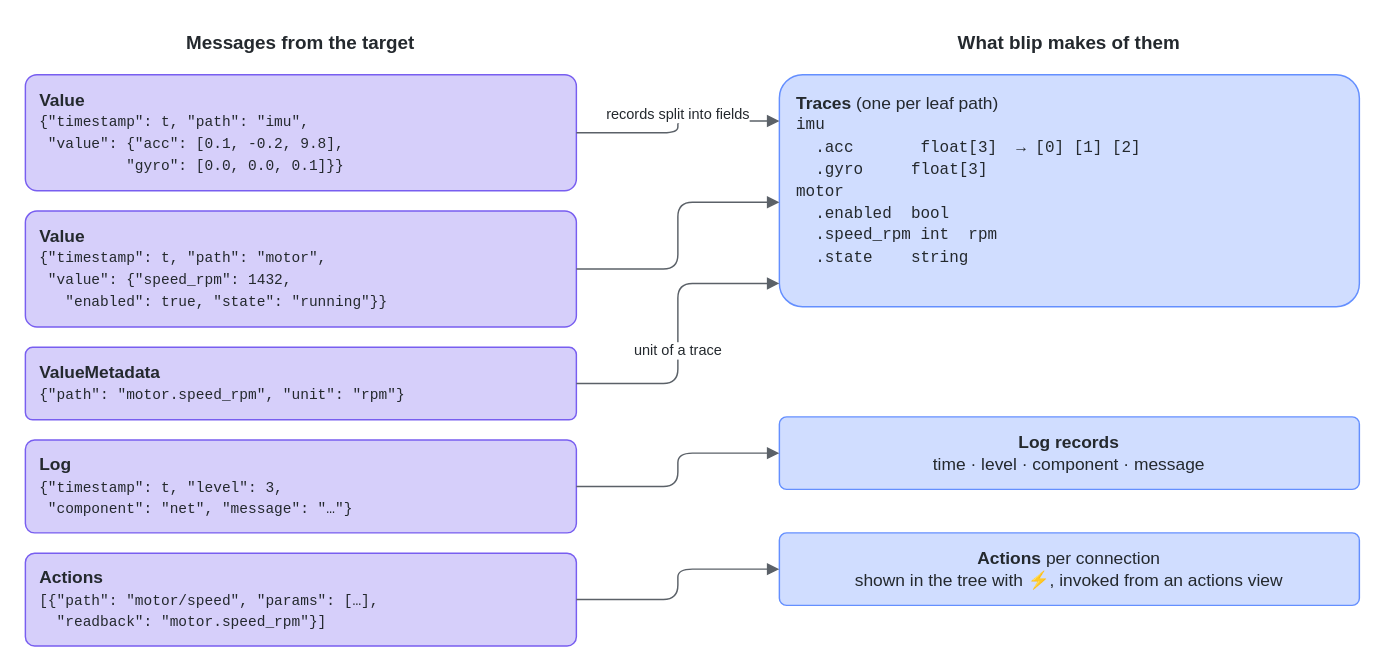
Earlier version of the draw.io diagram doc/source/diagrams/data-model.drawio (stefanluethi/blip). Source tidied: cells renumbered, new cells numbered last; positions are measured from the earlier drawing's top-left corner, leaving out a move shared by most shapes. Both pictures are drawn from the tidied source at 145%, with x=0, y=0 at pixel (25, 25).
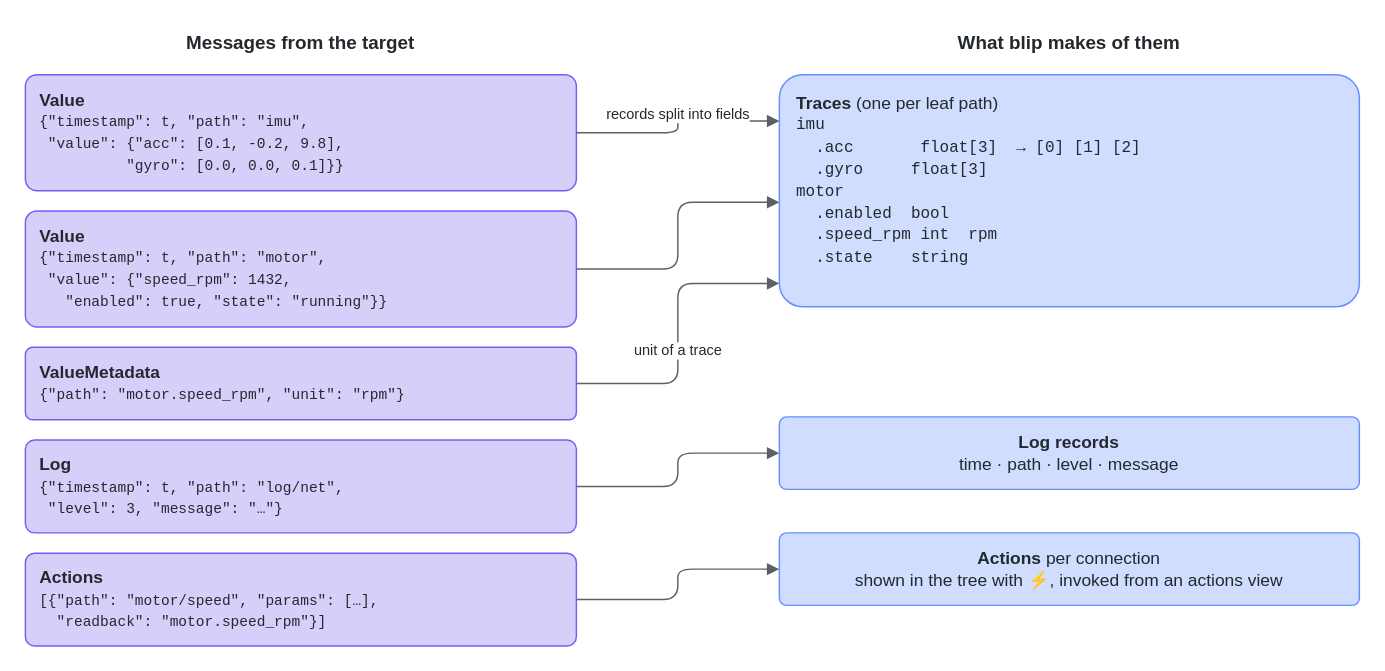
The same page after the edit.

Change to the diagram source:
```diff
@@
 <mxGraphModel background="#ffffff">
   <root>
     <mxCell id="0" />
     <mxCell id="1" parent="0" />
     <mxCell id="2" value="&lt;b&gt;Messages from the target&lt;/b&gt;" style="fontColor=#24292e;fontFamily=Fira Sans,Helvetica,Arial,sans-serif;text;html=1;whiteSpace=wrap;align=center;verticalAlign=middle;fontSize=13;" parent="1" vertex="1">
       <mxGeometry width="380" height="24" as="geometry" />
     </mxCell>
     <mxCell id="3" value="&lt;b&gt;Value&lt;/b&gt;&lt;br&gt;&lt;font face='Fira Code, Courier New, monospace' style='font-size:10px'&gt;{&quot;timestamp&quot;: t, &quot;path&quot;: &quot;imu&quot;,&lt;br&gt;&amp;nbsp;&quot;value&quot;: {&quot;acc&quot;: [0.1, -0.2, 9.8],&lt;br&gt;&amp;nbsp;&amp;nbsp;&amp;nbsp;&amp;nbsp;&amp;nbsp;&amp;nbsp;&amp;nbsp;&amp;nbsp;&amp;nbsp;&amp;nbsp;&quot;gyro&quot;: [0.0, 0.0, 0.1]}}&lt;/font&gt;" style="fontColor=#24292e;fontFamily=Fira Sans,Helvetica,Arial,sans-serif;rounded=1;whiteSpace=wrap;html=1;arcSize=10;fillColor=#d6cffa;strokeColor=#785ef0;fontSize=12;align=left;spacingLeft=8;" parent="1" vertex="1">
       <mxGeometry y="34" width="380" height="80" as="geometry" />
     </mxCell>
     <mxCell id="4" value="&lt;b&gt;Value&lt;/b&gt;&lt;br&gt;&lt;font face='Fira Code, Courier New, monospace' style='font-size:10px'&gt;{&quot;timestamp&quot;: t, &quot;path&quot;: &quot;motor&quot;,&lt;br&gt;&amp;nbsp;&quot;value&quot;: {&quot;speed_rpm&quot;: 1432,&lt;br&gt;&amp;nbsp;&amp;nbsp;&amp;nbsp;&quot;enabled&quot;: true, &quot;state&quot;: &quot;running&quot;}}&lt;/font&gt;" style="fontColor=#24292e;fontFamily=Fira Sans,Helvetica,Arial,sans-serif;rounded=1;whiteSpace=wrap;html=1;arcSize=10;fillColor=#d6cffa;strokeColor=#785ef0;fontSize=12;align=left;spacingLeft=8;" parent="1" vertex="1">
       <mxGeometry y="128" width="380" height="80" as="geometry" />
     </mxCell>
     <mxCell id="5" value="&lt;b&gt;ValueMetadata&lt;/b&gt;&lt;br&gt;&lt;font face='Fira Code, Courier New, monospace' style='font-size:10px'&gt;{&quot;path&quot;: &quot;motor.speed_rpm&quot;, &quot;unit&quot;: &quot;rpm&quot;}&lt;/font&gt;" style="fontColor=#24292e;fontFamily=Fira Sans,Helvetica,Arial,sans-serif;rounded=1;whiteSpace=wrap;html=1;arcSize=10;fillColor=#d6cffa;strokeColor=#785ef0;fontSize=12;align=left;spacingLeft=8;" parent="1" vertex="1">
       <mxGeometry y="222" width="380" height="50" as="geometry" />
     </mxCell>
-    <mxCell id="6" value="&lt;b&gt;Log&lt;/b&gt;&lt;br&gt;&lt;font face='Fira Code, Courier New, monospace' style='font-size:10px'&gt;{&quot;timestamp&quot;: t, &quot;level&quot;: 3,&lt;br&gt;&amp;nbsp;&quot;component&quot;: &quot;net&quot;, &quot;message&quot;: &quot;…&quot;}&lt;/font&gt;" style="fontColor=#24292e;fontFamily=Fira Sans,Helvetica,Arial,sans-serif;rounded=1;whiteSpace=wrap;html=1;arcSize=10;fillColor=#d6cffa;strokeColor=#785ef0;fontSize=12;align=left;spacingLeft=8;" parent="1" vertex="1">
+    <mxCell id="6" value="&lt;b&gt;Log&lt;/b&gt;&lt;br&gt;&lt;font face='Fira Code, Courier New, monospace' style='font-size:10px'&gt;{&quot;timestamp&quot;: t, &quot;path&quot;: &quot;log/net&quot;,&lt;br&gt;&amp;nbsp;&quot;level&quot;: 3, &quot;message&quot;: &quot;…&quot;}&lt;/font&gt;" style="fontColor=#24292e;fontFamily=Fira Sans,Helvetica,Arial,sans-serif;rounded=1;whiteSpace=wrap;html=1;arcSize=10;fillColor=#d6cffa;strokeColor=#785ef0;fontSize=12;align=left;spacingLeft=8;" parent="1" vertex="1">
       <mxGeometry y="286" width="380" height="64" as="geometry" />
     </mxCell>
     <mxCell id="7" value="&lt;b&gt;Actions&lt;/b&gt;&lt;br&gt;&lt;font face='Fira Code, Courier New, monospace' style='font-size:10px'&gt;[{&quot;path&quot;: &quot;motor/speed&quot;, &quot;params&quot;: […],&lt;br&gt;&amp;nbsp;&amp;nbsp;&quot;readback&quot;: &quot;motor.speed_rpm&quot;}]&lt;/font&gt;" style="fontColor=#24292e;fontFamily=Fira Sans,Helvetica,Arial,sans-serif;rounded=1;whiteSpace=wrap;html=1;arcSize=10;fillColor=#d6cffa;strokeColor=#785ef0;fontSize=12;align=left;spacingLeft=8;" parent="1" vertex="1">
       <mxGeometry y="364" width="380" height="64" as="geometry" />
     </mxCell>
     <mxCell id="8" value="&lt;b&gt;What blip makes of them&lt;/b&gt;" style="fontColor=#24292e;fontFamily=Fira Sans,Helvetica,Arial,sans-serif;text;html=1;whiteSpace=wrap;align=center;verticalAlign=middle;fontSize=13;" parent="1" vertex="1">
       <mxGeometry x="520" width="400" height="24" as="geometry" />
     </mxCell>
     <mxCell id="9" value="&lt;b&gt;Traces&lt;/b&gt; (one per leaf path)&lt;br&gt;&lt;font face='Fira Code, Courier New, monospace' style='font-size:11px'&gt;imu&lt;br&gt;&amp;nbsp;&amp;nbsp;.acc &amp;nbsp;&amp;nbsp;&amp;nbsp;&amp;nbsp;&amp;nbsp;&amp;nbsp;float[3] &amp;nbsp;→ [0] [1] [2]&lt;br&gt;&amp;nbsp;&amp;nbsp;.gyro &amp;nbsp;&amp;nbsp;&amp;nbsp;&amp;nbsp;float[3]&lt;br&gt;motor&lt;br&gt;&amp;nbsp;&amp;nbsp;.enabled &amp;nbsp;bool&lt;br&gt;&amp;nbsp;&amp;nbsp;.speed_rpm int &amp;nbsp;rpm&lt;br&gt;&amp;nbsp;&amp;nbsp;.state &amp;nbsp;&amp;nbsp;&amp;nbsp;string&lt;/font&gt;" style="fontColor=#24292e;fontFamily=Fira Sans,Helvetica,Arial,sans-serif;rounded=1;whiteSpace=wrap;html=1;arcSize=10;fillColor=#d0ddff;strokeColor=#648fff;fontSize=12;align=left;spacingLeft=10;verticalAlign=top;spacingTop=6;" parent="1" vertex="1">
       <mxGeometry x="520" y="34" width="400" height="160" as="geometry" />
     </mxCell>
-    <mxCell id="10" value="&lt;b&gt;Log records&lt;/b&gt;&lt;br&gt;time · level · component · message" style="fontColor=#24292e;fontFamily=Fira Sans,Helvetica,Arial,sans-serif;rounded=1;whiteSpace=wrap;html=1;arcSize=10;fillColor=#d0ddff;strokeColor=#648fff;fontSize=12;" parent="1" vertex="1">
+    <mxCell id="10" value="&lt;b&gt;Log records&lt;/b&gt;&lt;br&gt;time · path · level · message" style="fontColor=#24292e;fontFamily=Fira Sans,Helvetica,Arial,sans-serif;rounded=1;whiteSpace=wrap;html=1;arcSize=10;fillColor=#d0ddff;strokeColor=#648fff;fontSize=12;" parent="1" vertex="1">
       <mxGeometry x="520" y="270" width="400" height="50" as="geometry" />
     </mxCell>
     <mxCell id="11" value="&lt;b&gt;Actions&lt;/b&gt; per connection&lt;br&gt;shown in the tree with ⚡, invoked from an actions view" style="fontColor=#24292e;fontFamily=Fira Sans,Helvetica,Arial,sans-serif;rounded=1;whiteSpace=wrap;html=1;arcSize=10;fillColor=#d0ddff;strokeColor=#648fff;fontSize=12;" parent="1" vertex="1">
       <mxGeometry x="520" y="350" width="400" height="50" as="geometry" />
     </mxCell>
     <mxCell id="12" value="records split into fields" style="strokeColor=#5b6168;fontColor=#24292e;labelBackgroundColor=#ffffff;fontFamily=Fira Sans,Helvetica,Arial,sans-serif;edgeStyle=orthogonalEdgeStyle;rounded=1;html=1;endArrow=block;endFill=1;fontSize=10;verticalAlign=bottom;exitX=1;exitY=0.5;entryX=0;entryY=0.2;" parent="1" edge="1" source="3" target="9">
       <mxGeometry relative="1" as="geometry" />
     </mxCell>
     <mxCell id="13" style="strokeColor=#5b6168;fontColor=#24292e;labelBackgroundColor=#ffffff;fontFamily=Fira Sans,Helvetica,Arial,sans-serif;edgeStyle=orthogonalEdgeStyle;rounded=1;html=1;endArrow=block;endFill=1;fontSize=10;exitX=1;exitY=0.5;entryX=0;entryY=0.55;" parent="1" edge="1" source="4" target="9">
       <mxGeometry relative="1" as="geometry" />
     </mxCell>
     <mxCell id="14" value="unit of a trace" style="strokeColor=#5b6168;fontColor=#24292e;labelBackgroundColor=#ffffff;fontFamily=Fira Sans,Helvetica,Arial,sans-serif;edgeStyle=orthogonalEdgeStyle;rounded=1;html=1;endArrow=block;endFill=1;fontSize=10;verticalAlign=top;exitX=1;exitY=0.5;entryX=0;entryY=0.9;" parent="1" edge="1" source="5" target="9">
       <mxGeometry relative="1" as="geometry" />
     </mxCell>
     <mxCell id="15" style="strokeColor=#5b6168;fontColor=#24292e;labelBackgroundColor=#ffffff;fontFamily=Fira Sans,Helvetica,Arial,sans-serif;edgeStyle=orthogonalEdgeStyle;rounded=1;html=1;endArrow=block;endFill=1;fontSize=10;exitX=1;exitY=0.5;entryX=0;entryY=0.5;" parent="1" edge="1" source="6" target="10">
       <mxGeometry relative="1" as="geometry" />
     </mxCell>
     <mxCell id="16" style="strokeColor=#5b6168;fontColor=#24292e;labelBackgroundColor=#ffffff;fontFamily=Fira Sans,Helvetica,Arial,sans-serif;edgeStyle=orthogonalEdgeStyle;rounded=1;html=1;endArrow=block;endFill=1;fontSize=10;exitX=1;exitY=0.5;entryX=0;entryY=0.5;" parent="1" edge="1" source="7" target="11">
       <mxGeometry relative="1" as="geometry" />
     </mxCell>
   </root>
 </mxGraphModel>
```
